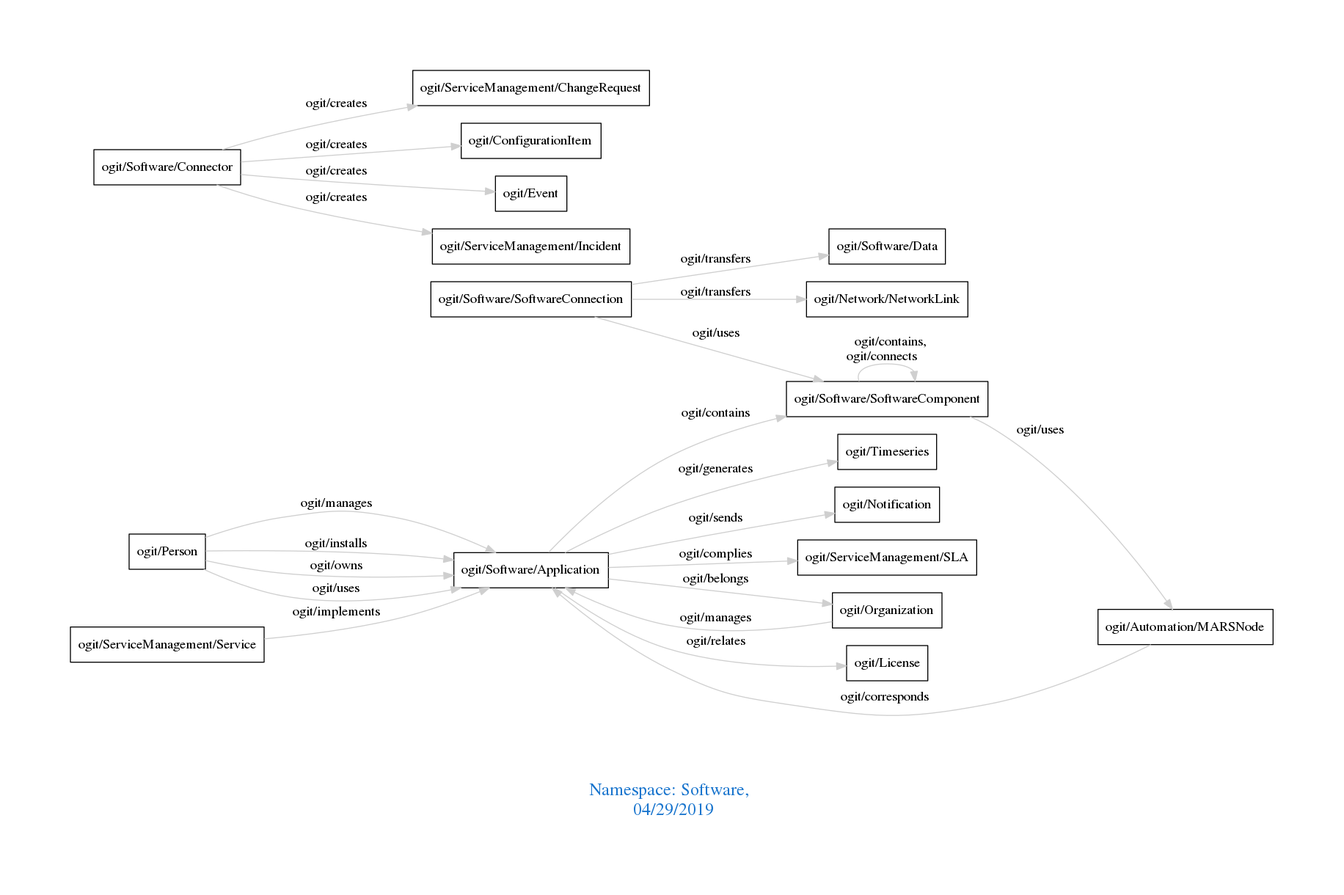
This is downloads/Software.png from arago/OGIT, a Graphviz export, as it was before one commit. Its source is kept beside it as downloads/Software.dot.
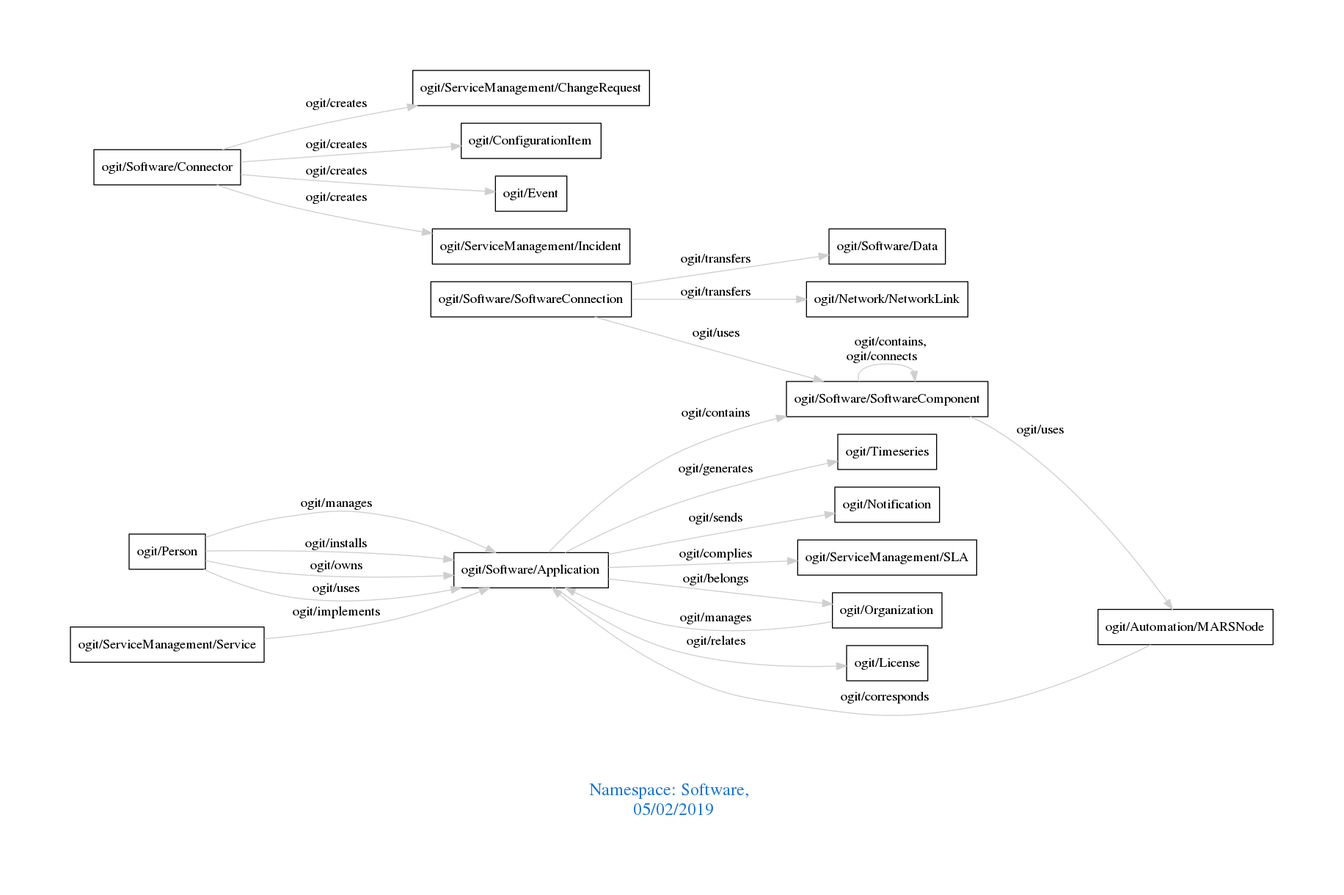
The same diagram one commit later.

Change to the diagram source:
```diff
@@ -1,7 +1,7 @@
 digraph OGIT_ontology {
  graph [ rankdir= LR,pad=1
 fontsize = 18,
-fontcolor= dodgerblue3,label = "\n\n\nNamespace: Software, \n 04/29/2019"];
+fontcolor= dodgerblue3,label = "\n\n\nNamespace: Software, \n 05/02/2019"];
 node[shape=polygon];
 edge [  color="gray81"];
 
```
